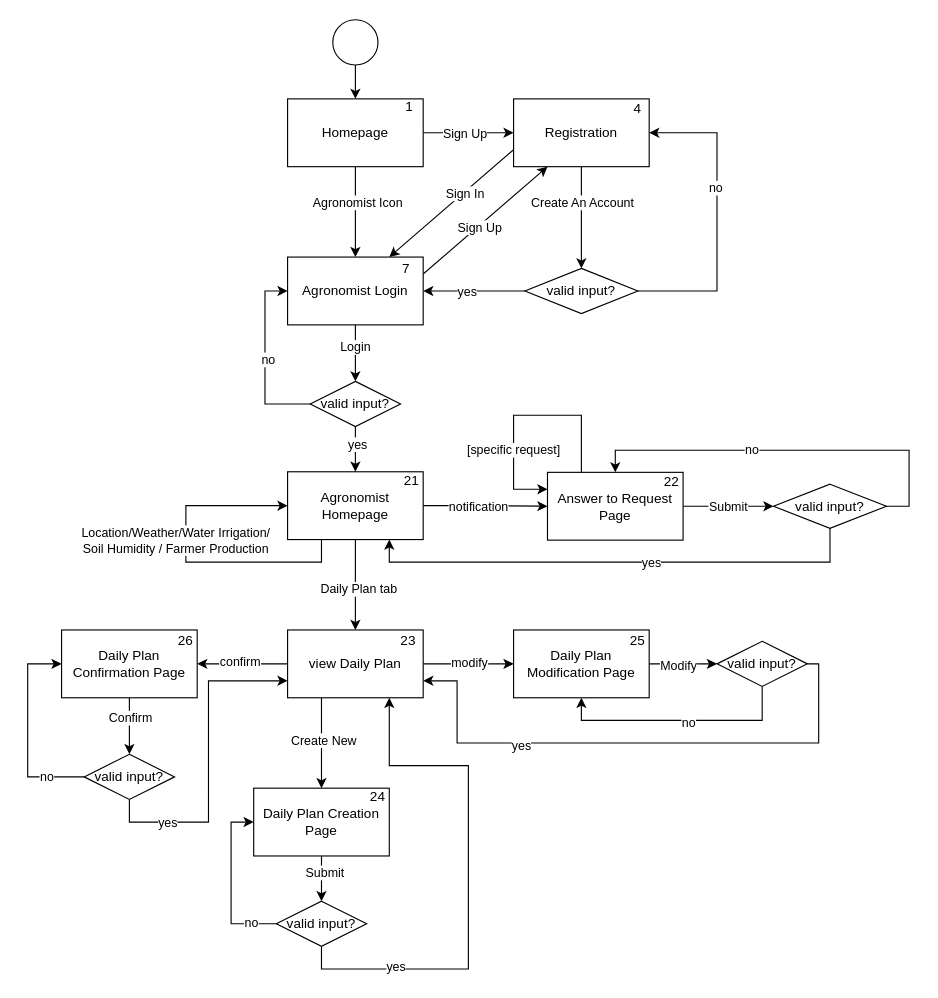
Before: page "Agronomist" (1 of 3) of DD/diagrams/webapp flow diagrams.drawio in ictar/DREAM-SE2-Project-2022, a draw.io diagram. Source tidied: cells renumbered, new cells numbered last; positions are measured from the earlier drawing's top-left corner, leaving out a move shared by most shapes. Both pictures are drawn from the tidied source at 113%, with x=0, y=0 at pixel (27, 19).
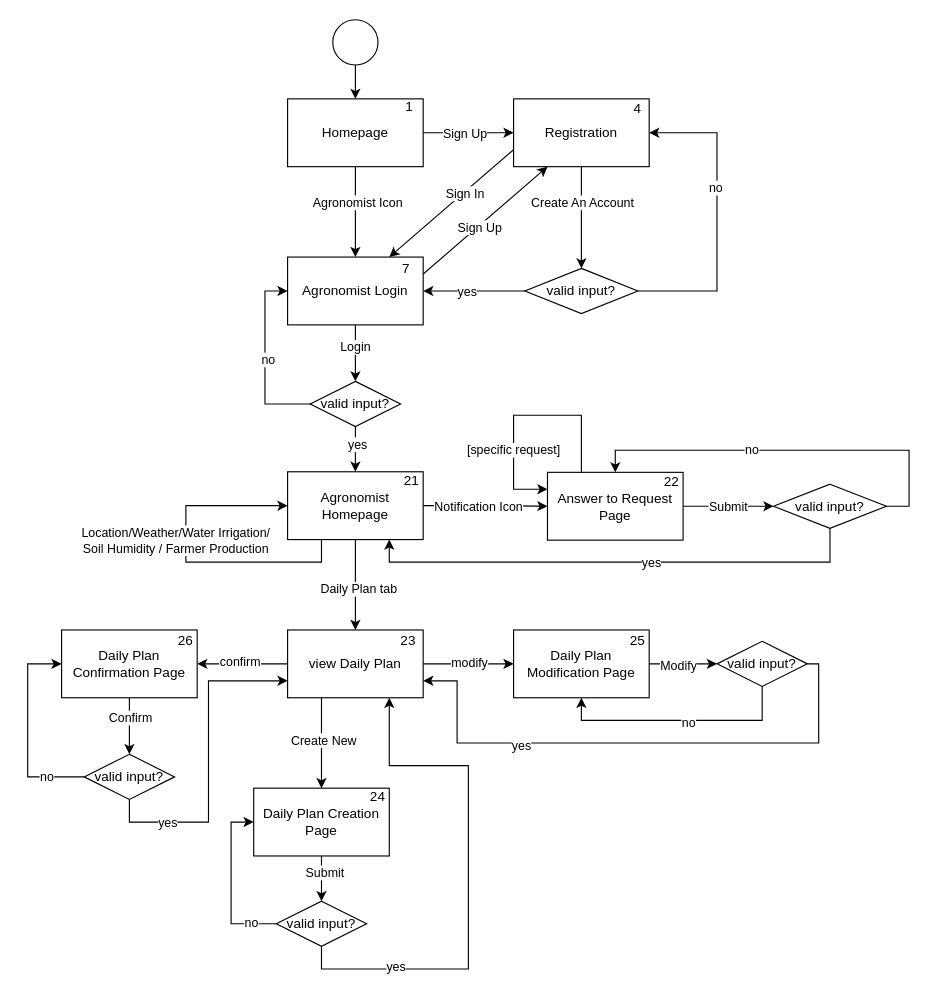
The same diagram, later.

The change refers to these unchanged cells:
```xml
<mxCell id="24" style="edgeStyle=orthogonalEdgeStyle;rounded=0;jettySize=auto;html=1;strokeColor=#000000;" parent="1" edge="1" source="28" target="36">
  <mxGeometry relative="1" as="geometry" />
</mxCell>
```

What changed in the source:
```diff
@@
-    <mxCell id="25" value="notification" style="edgeLabel;html=1;align=center;verticalAlign=middle;" parent="24" vertex="1">
+    <mxCell id="25" value="Notification Icon" style="edgeLabel;html=1;align=center;verticalAlign=middle;" parent="24" vertex="1">
       <mxGeometry x="-0.14" relative="1" as="geometry" />
     </mxCell>
```
